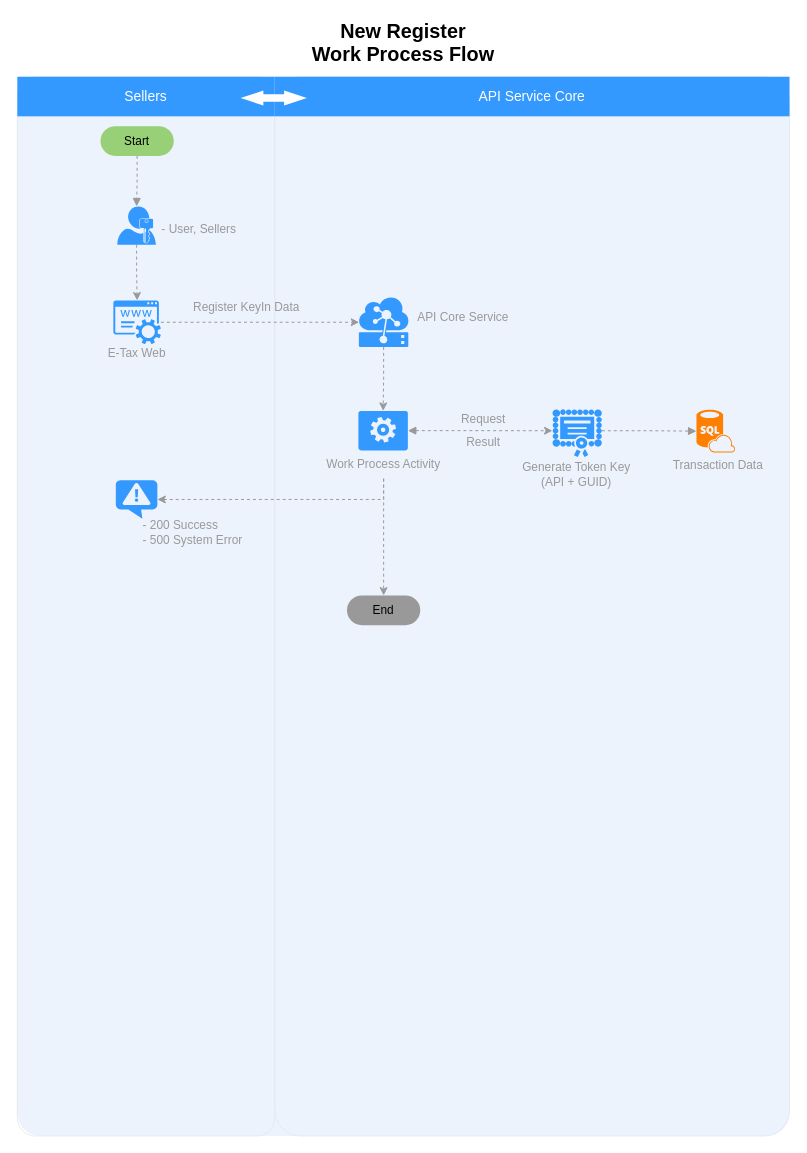
Above: Register Work Process Flow.drawio in nirawat/eTax (draw.io), before the change. Source tidied: cells renumbered, new cells numbered last; positions are measured from the earlier drawing's top-left corner, leaving out a move shared by most shapes. Both pictures are drawn from the tidied source at 99%, with x=0, y=0 at pixel (17, 17).
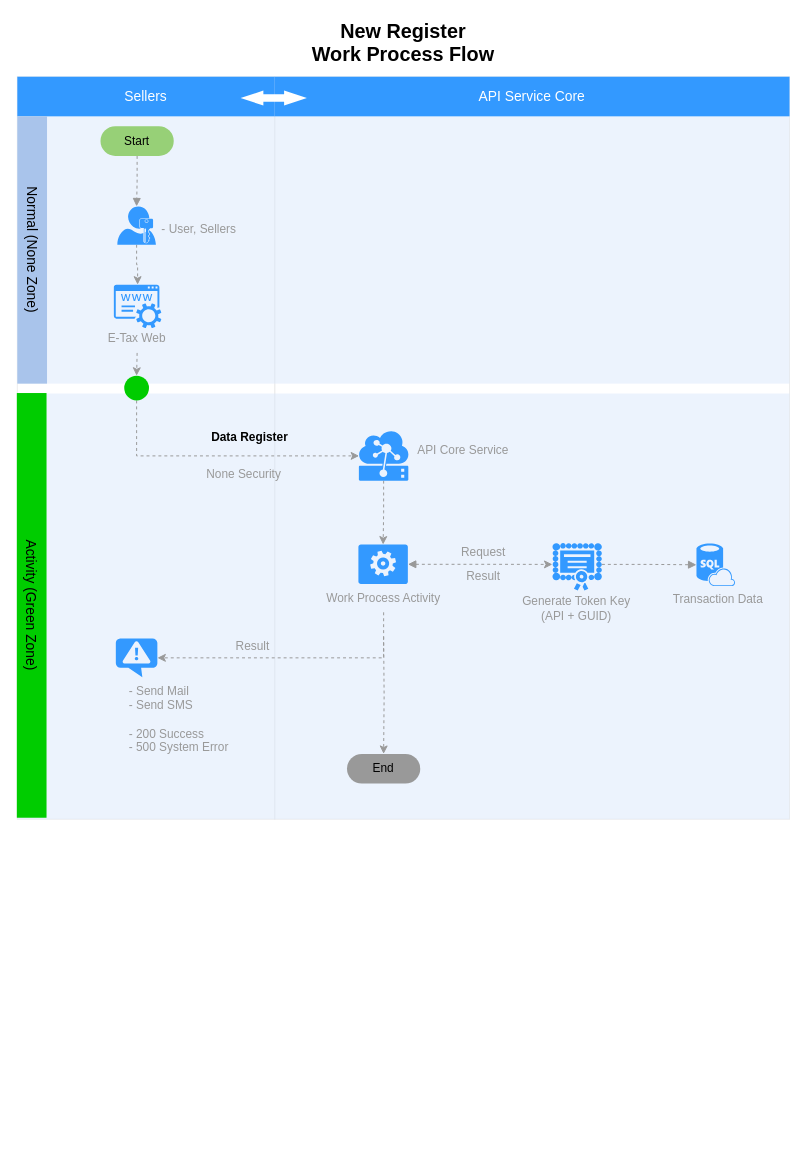
After the change.

The change refers to these unchanged cells:
```xml
<mxCell id="19" style="shadow=0;dashed=0;html=1;strokeColor=none;fillColor=#3399FF;labelPosition=center;verticalLabelPosition=bottom;verticalAlign=top;outlineConnect=0;align=center;shape=mxgraph.office.services.registrar_service;" parent="18" vertex="1">
  <mxGeometry x="31.5" width="48" height="44" as="geometry" />
</mxCell>
<mxCell id="20" value="E-Tax Web" style="text;html=1;strokeColor=none;fillColor=none;align=center;verticalAlign=middle;whiteSpace=wrap;rounded=0;fontSize=12;fontColor=#999999;" parent="18" vertex="1">
  <mxGeometry y="39" width="110" height="30" as="geometry" />
</mxCell>
```

The edit, as a diff of the source:
```diff
@@
-    <mxCell id="2" style="rounded=1;whiteSpace=wrap;html=1;strokeColor=#E6E6E6;strokeWidth=1;fillColor=#FFFFFF;fontFamily=Helvetica;fontSize=14;fontColor=#FFB366;opacity=75;verticalAlign=top;fontStyle=1;arcSize=5;" parent="1" vertex="1">
-      <mxGeometry x="260" y="60" width="520" height="1070" as="geometry" />
+    <mxCell id="2" style="rounded=1;whiteSpace=wrap;html=1;strokeColor=#E6E6E6;strokeWidth=1;fillColor=#FFFFFF;fontFamily=Helvetica;fontSize=14;fontColor=#FFB366;opacity=75;verticalAlign=top;fontStyle=1;arcSize=0;" parent="1" vertex="1">
+      <mxGeometry x="260" y="60" width="520" height="750" as="geometry" />
     </mxCell>
-    <mxCell id="3" style="rounded=1;whiteSpace=wrap;html=1;strokeColor=#E6E6E6;strokeWidth=1;fillColor=#FFFFFF;fontFamily=Helvetica;fontSize=14;fontColor=#FFB366;opacity=75;verticalAlign=top;fontStyle=1;arcSize=7;" parent="1" vertex="1">
-      <mxGeometry y="60" width="260" height="1070" as="geometry" />
+    <mxCell id="3" style="rounded=1;whiteSpace=wrap;html=1;strokeColor=#E6E6E6;strokeWidth=1;fillColor=#FFFFFF;fontFamily=Helvetica;fontSize=14;fontColor=#FFB366;opacity=75;verticalAlign=top;fontStyle=1;arcSize=0;" parent="1" vertex="1">
+      <mxGeometry y="60" width="260" height="750" as="geometry" />
     </mxCell>
+    <mxCell id="40" style="rounded=1;whiteSpace=wrap;html=1;strokeColor=none;strokeWidth=1;fillColor=#dae8fc;fontSize=12;align=center;arcSize=0;opacity=50;" parent="1" vertex="1">
+      <mxGeometry y="380" width="780" height="430" as="geometry" />
+    </mxCell>
-    <mxCell id="4" style="rounded=1;whiteSpace=wrap;html=1;strokeColor=none;strokeWidth=1;fillColor=#dae8fc;fontSize=12;align=center;arcSize=3;opacity=50;" parent="1" vertex="1">
-      <mxGeometry y="60" width="780" height="1070" as="geometry" />
+    <mxCell id="4" style="rounded=1;whiteSpace=wrap;html=1;strokeColor=none;strokeWidth=1;fillColor=#dae8fc;fontSize=12;align=center;arcSize=0;opacity=50;" parent="1" vertex="1">
+      <mxGeometry y="60" width="780" height="310" as="geometry" />
     </mxCell>
@@
-    <mxCell id="9" style="edgeStyle=orthogonalEdgeStyle;rounded=0;jettySize=auto;html=1;fontSize=14;strokeColor=#999999;dashed=1;entryX=0.005;entryY=0.5;entryDx=0;entryDy=0;entryPerimeter=0;" parent="1" edge="1" source="19" target="13">
+    <mxCell id="9" style="edgeStyle=orthogonalEdgeStyle;rounded=0;jettySize=auto;html=1;fontSize=14;strokeColor=#999999;dashed=1;entryX=0.005;entryY=0.5;entryDx=0;entryDy=0;entryPerimeter=0;exitX=0.5;exitY=1;exitDx=0;exitDy=0;" parent="1" edge="1" source="42" target="13">
       <mxGeometry relative="1" as="geometry" />
     </mxCell>
-    <mxCell id="10" value="Register KeyIn Data" style="text;html=1;strokeColor=none;fillColor=none;align=left;verticalAlign=middle;whiteSpace=wrap;rounded=0;fontSize=12;fontColor=#999999;" parent="1" vertex="1">
-      <mxGeometry x="176" y="283" width="124" height="20" as="geometry" />
+    <mxCell id="10" value="Data Register&lt;br&gt;" style="text;html=1;strokeColor=none;fillColor=none;align=center;verticalAlign=middle;whiteSpace=wrap;rounded=0;fontSize=12;fontColor=#000000;fontStyle=1;" parent="1" vertex="1">
+      <mxGeometry x="140" y="410" width="190" height="28" as="geometry" />
     </mxCell>
@@
     <mxCell id="13" style="shadow=0;dashed=0;html=1;strokeColor=none;labelPosition=center;verticalLabelPosition=bottom;verticalAlign=top;align=center;shape=mxgraph.mscae.cloud.iot_edge;fillColor=#3399FF;fontSize=12;fontColor=#999999;" parent="1" vertex="1">
-      <mxGeometry x="345" y="283" width="50" height="50" as="geometry" />
+      <mxGeometry x="345" y="418" width="50" height="50" as="geometry" />
     </mxCell>
     <mxCell id="14" value="API Core Service" style="text;html=1;strokeColor=none;fillColor=none;align=center;verticalAlign=middle;whiteSpace=wrap;rounded=0;fontSize=12;fontColor=#999999;" parent="1" vertex="1">
-      <mxGeometry x="400" y="288.5" width="101" height="29" as="geometry" />
+      <mxGeometry x="400" y="423.5" width="101" height="29" as="geometry" />
     </mxCell>
@@
     <mxCell id="18" style="group;" parent="1" vertex="1">
-      <mxGeometry x="65.5" y="286" width="110" height="74" as="geometry" />
+      <mxGeometry x="66" y="270" width="110" height="74" as="geometry" />
     </mxCell>
@@
     <mxCell id="23" style="group;" parent="1" vertex="1">
-      <mxGeometry x="291.5" y="397.5" width="160" height="72" as="geometry" />
+      <mxGeometry x="291.5" y="532.5" width="160" height="72" as="geometry" />
     </mxCell>
@@
     <mxCell id="25" style="group;" parent="1" vertex="1">
-      <mxGeometry x="510" y="470" width="108" height="79" as="geometry" />
+      <mxGeometry x="510" y="630" width="108" height="79" as="geometry" />
     </mxCell>
@@
-    <mxCell id="27" style="edgeStyle=orthogonalEdgeStyle;rounded=0;jettySize=auto;html=1;exitX=0.5;exitY=1;exitDx=0;exitDy=0;entryX=0.5;entryY=0;entryDx=0;entryDy=0;dashed=1;strokeColor=#999999;fontColor=#00CC00;" parent="1" edge="1" source="28" target="39">
-      <mxGeometry relative="1" as="geometry" />
+    <mxCell id="27" style="edgeStyle=orthogonalEdgeStyle;rounded=0;jettySize=auto;html=1;exitX=0.5;exitY=1;exitDx=0;exitDy=0;entryX=0.5;entryY=0;entryDx=0;entryDy=0;dashed=1;strokeColor=#999999;fontColor=#00CC00;" parent="1" edge="1" target="39">
+      <mxGeometry relative="1" as="geometry">
+        <mxPoint x="370" y="626" as="sourcePoint" />
+      </mxGeometry>
     </mxCell>
     <mxCell id="28" value="Work Process Activity&lt;br&gt;" style="text;html=1;strokeColor=none;fillColor=none;align=center;verticalAlign=middle;whiteSpace=wrap;rounded=0;fontSize=12;fontColor=#999999;" parent="1" vertex="1">
-      <mxGeometry x="290" y="437" width="160" height="29" as="geometry" />
+      <mxGeometry x="290" y="572" width="160" height="29" as="geometry" />
     </mxCell>
     <mxCell id="29" value="Transaction Data" style="text;html=1;strokeColor=none;fillColor=none;align=center;verticalAlign=middle;whiteSpace=wrap;rounded=0;fontSize=12;fontColor=#999999;" parent="1" vertex="1">
-      <mxGeometry x="654" y="438.5" width="108" height="29" as="geometry" />
+      <mxGeometry x="654" y="573.5" width="108" height="29" as="geometry" />
     </mxCell>
-    <mxCell id="30" style="verticalLabelPosition=bottom;html=1;verticalAlign=top;align=center;strokeColor=none;fillColor=#FF8000;shape=mxgraph.azure.sql_database_sql_azure;fontSize=12;fontColor=#999999;" parent="1" vertex="1">
-      <mxGeometry x="686" y="396.5" width="39" height="43" as="geometry" />
+    <mxCell id="30" style="verticalLabelPosition=bottom;html=1;verticalAlign=top;align=center;strokeColor=none;fillColor=#3399FF;shape=mxgraph.azure.sql_database_sql_azure;fontSize=12;fontColor=#999999;" parent="1" vertex="1">
+      <mxGeometry x="686" y="531.5" width="39" height="43" as="geometry" />
     </mxCell>
     <mxCell id="31" value="Generate Token Key&lt;br&gt;(API + GUID)&lt;br&gt;" style="text;html=1;strokeColor=none;fillColor=none;align=center;verticalAlign=middle;whiteSpace=wrap;rounded=0;fontSize=12;fontColor=#999999;" parent="1" vertex="1">
-      <mxGeometry x="508" y="444" width="114" height="36" as="geometry" />
+      <mxGeometry x="508" y="579" width="114" height="36" as="geometry" />
     </mxCell>
     <mxCell id="32" style="shadow=0;dashed=0;html=1;strokeColor=none;labelPosition=center;verticalLabelPosition=bottom;verticalAlign=top;align=center;shape=mxgraph.mscae.intune.inventory_license;fillColor=#3399FF;fontSize=14;" parent="1" vertex="1">
-      <mxGeometry x="540.5" y="396" width="50" height="48" as="geometry" />
+      <mxGeometry x="540.5" y="531" width="50" height="48" as="geometry" />
     </mxCell>
@@
     <mxCell id="34" value="Request" style="text;html=1;strokeColor=none;fillColor=none;align=center;verticalAlign=middle;whiteSpace=wrap;rounded=0;fontSize=12;fontColor=#999999;" parent="1" vertex="1">
-      <mxGeometry x="441" y="396" width="60" height="20" as="geometry" />
+      <mxGeometry x="441" y="531" width="60" height="20" as="geometry" />
     </mxCell>
     <mxCell id="35" value="Result" style="text;html=1;strokeColor=none;fillColor=none;align=center;verticalAlign=middle;whiteSpace=wrap;rounded=0;fontSize=12;fontColor=#999999;" parent="1" vertex="1">
-      <mxGeometry x="441" y="420" width="60" height="20" as="geometry" />
+      <mxGeometry x="441" y="555" width="60" height="20" as="geometry" />
     </mxCell>
@@
     <mxCell id="37" style="verticalLabelPosition=bottom;html=1;verticalAlign=top;align=center;strokeColor=none;fillColor=#3399FF;shape=mxgraph.azure.notification_topic;fontSize=12;fontColor=#999999;" parent="1" vertex="1">
-      <mxGeometry x="99.5" y="467.5" width="42" height="39" as="geometry" />
+      <mxGeometry x="99.5" y="627.5" width="42" height="39" as="geometry" />
     </mxCell>
-    <mxCell id="38" value="- 200 Success&lt;br&gt;- 500 System Error&lt;br&gt;" style="text;html=1;strokeColor=none;fillColor=none;align=left;verticalAlign=middle;whiteSpace=wrap;rounded=0;fontSize=12;fontColor=#999999;" parent="1" vertex="1">
-      <mxGeometry x="125" y="502.5" width="143" height="35" as="geometry" />
+    <mxCell id="38" value="- Send Mail&lt;br&gt;- Send SMS&lt;br&gt;&lt;br&gt;- 200 Success&lt;br&gt;- 500 System Error&lt;br&gt;" style="text;html=1;strokeColor=none;fillColor=none;align=left;verticalAlign=middle;whiteSpace=wrap;rounded=0;fontSize=12;fontColor=#999999;" parent="1" vertex="1">
+      <mxGeometry x="111" y="667" width="143" height="84" as="geometry" />
     </mxCell>
     <mxCell id="39" value="End" style="rounded=1;whiteSpace=wrap;html=1;fontColor=#000000;align=center;arcSize=50;labelBackgroundColor=none;fillColor=#999999;strokeColor=none;" parent="1" vertex="1">
-      <mxGeometry x="333" y="584" width="74" height="30" as="geometry" />
+      <mxGeometry x="333" y="744" width="74" height="30" as="geometry" />
     </mxCell>
+    <mxCell id="41" value="Result" style="text;html=1;strokeColor=none;fillColor=none;align=center;verticalAlign=middle;whiteSpace=wrap;rounded=0;fontSize=12;fontColor=#999999;" parent="1" vertex="1">
+      <mxGeometry x="175.5" y="626" width="124" height="20" as="geometry" />
+    </mxCell>
+    <mxCell id="42" style="ellipse;whiteSpace=wrap;html=1;fillColor=#00CC00;fontColor=#000000;align=center;strokeColor=none;" parent="1" vertex="1">
+      <mxGeometry x="108" y="362" width="25" height="25" as="geometry" />
+    </mxCell>
+    <mxCell id="43" style="edgeStyle=orthogonalEdgeStyle;rounded=0;jettySize=auto;html=1;exitX=0.5;exitY=1;exitDx=0;exitDy=0;entryX=0.5;entryY=0;entryDx=0;entryDy=0;dashed=1;strokeColor=#999999;fontColor=#000000;" parent="1" edge="1" source="20" target="42">
+      <mxGeometry relative="1" as="geometry" />
+    </mxCell>
+    <mxCell id="44" value="Activity (Green Zone)" style="whiteSpace=wrap;html=1;dashed=1;strokeColor=none;strokeWidth=2;fillColor=#00CC00;fontFamily=Helvetica;fontSize=14;fontColor=#000000;fontStyle=0;rotation=90;" parent="1" vertex="1">
+      <mxGeometry x="-200" y="579" width="429" height="30" as="geometry" />
+    </mxCell>
+    <mxCell id="45" value="Normal (None Zone)" style="whiteSpace=wrap;html=1;dashed=1;strokeColor=none;strokeWidth=2;fillColor=#A9C4EB;fontFamily=Helvetica;fontSize=14;fontColor=#000000;fontStyle=0;rotation=90;" parent="1" vertex="1">
+      <mxGeometry x="-120" y="220" width="270" height="30" as="geometry" />
+    </mxCell>
+    <mxCell id="46" value="None Security&lt;br&gt;" style="text;html=1;strokeColor=none;fillColor=none;align=center;verticalAlign=middle;whiteSpace=wrap;rounded=0;fontSize=12;fontColor=#999999;" parent="1" vertex="1">
+      <mxGeometry x="134" y="443" width="190" height="37" as="geometry" />
+    </mxCell>
```
